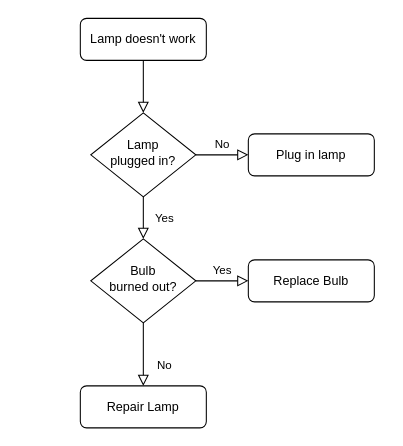
mgronquillo/rongkitest keeps this draw.io diagram as Untitled Diagram.drawio. Above is the earlier version. Source tidied: cells renumbered, new cells numbered last; positions are measured from the earlier drawing's top-left corner, leaving out a move shared by most shapes. Both pictures are drawn from the tidied source at 105%, with x=0, y=0 at pixel (80, 18).
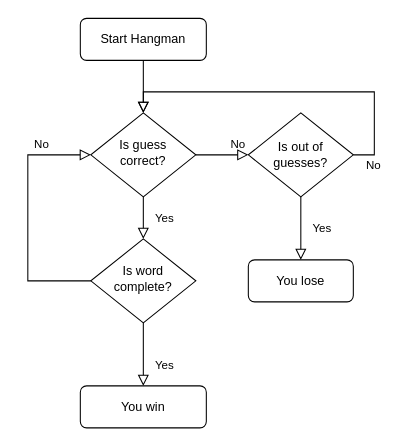
The same page after the edit.

What changed in the source:
```diff
@@
 <mxGraphModel>
   <root>
     <mxCell id="0" />
     <mxCell id="1" parent="0" />
     <mxCell id="2" style="rounded=0;html=1;jettySize=auto;fontSize=11;endArrow=block;endFill=0;endSize=8;strokeWidth=1;shadow=0;labelBackgroundColor=none;edgeStyle=orthogonalEdgeStyle;" parent="1" edge="1" source="3" target="6">
       <mxGeometry relative="1" as="geometry" />
     </mxCell>
-    <mxCell id="3" value="Lamp doesn't work" style="rounded=1;whiteSpace=wrap;html=1;fontSize=12;glass=0;strokeWidth=1;shadow=0;" parent="1" vertex="1">
+    <mxCell id="3" value="Start Hangman" style="rounded=1;whiteSpace=wrap;html=1;fontSize=12;glass=0;strokeWidth=1;shadow=0;" parent="1" vertex="1">
       <mxGeometry width="120" height="40" as="geometry" />
     </mxCell>
     <mxCell id="4" value="Yes" style="rounded=0;html=1;jettySize=auto;fontSize=11;endArrow=block;endFill=0;endSize=8;strokeWidth=1;shadow=0;labelBackgroundColor=none;edgeStyle=orthogonalEdgeStyle;" parent="1" edge="1" source="6" target="10">
       <mxGeometry y="20" relative="1" as="geometry" />
     </mxCell>
-    <mxCell id="5" value="No" style="edgeStyle=orthogonalEdgeStyle;rounded=0;html=1;jettySize=auto;fontSize=11;endArrow=block;endFill=0;endSize=8;strokeWidth=1;shadow=0;labelBackgroundColor=none;" parent="1" edge="1" source="6" target="7">
-      <mxGeometry y="10" relative="1" as="geometry" />
+    <mxCell id="5" value="No" style="edgeStyle=orthogonalEdgeStyle;rounded=0;html=1;jettySize=auto;fontSize=11;endArrow=block;endFill=0;endSize=8;strokeWidth=1;shadow=0;labelBackgroundColor=none;" parent="1" edge="1" source="6">
+      <mxGeometry x="0.61" y="10" relative="1" as="geometry">
+        <mxPoint x="160" y="130" as="targetPoint" />
+      </mxGeometry>
     </mxCell>
-    <mxCell id="6" value="Lamp&lt;br&gt;plugged in?" style="rhombus;whiteSpace=wrap;html=1;shadow=0;fontFamily=Helvetica;fontSize=12;align=center;strokeWidth=1;spacing=6;spacingTop=-4;" parent="1" vertex="1">
+    <mxCell id="6" value="Is guess&lt;br&gt;correct?" style="rhombus;whiteSpace=wrap;html=1;shadow=0;fontFamily=Helvetica;fontSize=12;align=center;strokeWidth=1;spacing=6;spacingTop=-4;" parent="1" vertex="1">
       <mxGeometry x="10" y="90" width="100" height="80" as="geometry" />
     </mxCell>
-    <mxCell id="7" value="Plug in lamp" style="rounded=1;whiteSpace=wrap;html=1;fontSize=12;glass=0;strokeWidth=1;shadow=0;" parent="1" vertex="1">
-      <mxGeometry x="160" y="110" width="120" height="40" as="geometry" />
-    </mxCell>
-    <mxCell id="8" value="No" style="rounded=0;html=1;jettySize=auto;fontSize=11;endArrow=block;endFill=0;endSize=8;strokeWidth=1;shadow=0;labelBackgroundColor=none;edgeStyle=orthogonalEdgeStyle;" parent="1" edge="1" source="10" target="11">
+    <mxCell id="8" value="Yes" style="rounded=0;html=1;jettySize=auto;fontSize=11;endArrow=block;endFill=0;endSize=8;strokeWidth=1;shadow=0;labelBackgroundColor=none;edgeStyle=orthogonalEdgeStyle;" parent="1" edge="1" source="10" target="11">
       <mxGeometry x="0.33" y="20" relative="1" as="geometry" />
     </mxCell>
-    <mxCell id="9" value="Yes" style="edgeStyle=orthogonalEdgeStyle;rounded=0;html=1;jettySize=auto;fontSize=11;endArrow=block;endFill=0;endSize=8;strokeWidth=1;shadow=0;labelBackgroundColor=none;" parent="1" edge="1" source="10" target="12">
-      <mxGeometry y="10" relative="1" as="geometry" />
-    </mxCell>
-    <mxCell id="10" value="Bulb&lt;br&gt;burned out?" style="rhombus;whiteSpace=wrap;html=1;shadow=0;fontFamily=Helvetica;fontSize=12;align=center;strokeWidth=1;spacing=6;spacingTop=-4;" parent="1" vertex="1">
+    <mxCell id="10" value="Is word&lt;br&gt;complete?" style="rhombus;whiteSpace=wrap;html=1;shadow=0;fontFamily=Helvetica;fontSize=12;align=center;strokeWidth=1;spacing=6;spacingTop=-4;" parent="1" vertex="1">
       <mxGeometry x="10" y="210" width="100" height="80" as="geometry" />
     </mxCell>
-    <mxCell id="11" value="Repair Lamp" style="rounded=1;whiteSpace=wrap;html=1;fontSize=12;glass=0;strokeWidth=1;shadow=0;" parent="1" vertex="1">
+    <mxCell id="11" value="You win" style="rounded=1;whiteSpace=wrap;html=1;fontSize=12;glass=0;strokeWidth=1;shadow=0;" parent="1" vertex="1">
       <mxGeometry y="350" width="120" height="40" as="geometry" />
     </mxCell>
-    <mxCell id="12" value="Replace Bulb" style="rounded=1;whiteSpace=wrap;html=1;fontSize=12;glass=0;strokeWidth=1;shadow=0;" parent="1" vertex="1">
-      <mxGeometry x="160" y="230" width="120" height="40" as="geometry" />
-    </mxCell>
+    <mxCell id="13" value="Is out of&lt;br&gt;guesses?" style="rhombus;whiteSpace=wrap;html=1;" parent="1" vertex="1">
+      <mxGeometry x="160" y="90" width="100" height="80" as="geometry" />
+    </mxCell>
+    <mxCell id="14" value="You lose" style="rounded=1;whiteSpace=wrap;html=1;" parent="1" vertex="1">
+      <mxGeometry x="160" y="230" width="100" height="40" as="geometry" />
+    </mxCell>
+    <mxCell id="9" value="Yes" style="rounded=0;html=1;jettySize=auto;fontSize=11;endArrow=block;endFill=0;endSize=8;strokeWidth=1;shadow=0;labelBackgroundColor=none;edgeStyle=orthogonalEdgeStyle;exitX=0.5;exitY=1;exitDx=0;exitDy=0;" parent="1" edge="1" source="13" target="14">
+      <mxGeometry y="20" relative="1" as="geometry" />
+    </mxCell>
+    <mxCell id="15" value="No" style="edgeStyle=orthogonalEdgeStyle;rounded=0;html=1;jettySize=auto;fontSize=11;endArrow=block;endFill=0;endSize=8;strokeWidth=1;shadow=0;labelBackgroundColor=none;exitX=0;exitY=0.5;exitDx=0;exitDy=0;entryX=0;entryY=0.5;entryDx=0;entryDy=0;" parent="1" edge="1" source="10" target="6">
+      <mxGeometry x="0.61" y="10" relative="1" as="geometry">
+        <Array as="points">
+          <mxPoint x="-50" y="250" />
+          <mxPoint x="-50" y="130" />
+        </Array>
+      </mxGeometry>
+    </mxCell>
+    <mxCell id="16" value="No" style="edgeStyle=orthogonalEdgeStyle;rounded=0;html=1;jettySize=auto;fontSize=11;endArrow=block;endFill=0;endSize=8;strokeWidth=1;shadow=0;labelBackgroundColor=none;exitX=1;exitY=0.5;exitDx=0;exitDy=0;" parent="1" edge="1" source="13">
+      <mxGeometry x="-0.88" y="-10" relative="1" as="geometry">
+        <mxPoint x="60" y="90" as="targetPoint" />
+        <Array as="points">
+          <mxPoint x="280" y="130" />
+          <mxPoint x="280" y="70" />
+          <mxPoint x="60" y="70" />
+        </Array>
+      </mxGeometry>
+    </mxCell>
   </root>
 </mxGraphModel>
```
